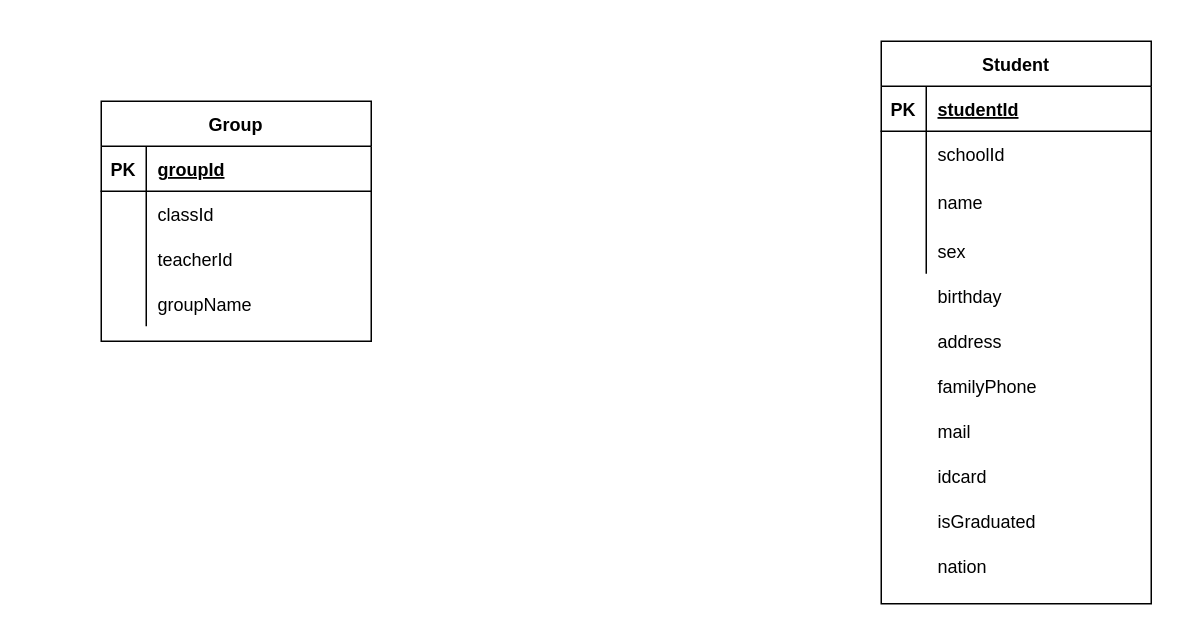
The draw.io diagram E-R图qcpj.drawio in aeowuguozhi/Diagrams, before the edit. Source tidied: cells renumbered, new cells numbered last; positions are measured from the earlier drawing's top-left corner, leaving out a move shared by most shapes. Both pictures are drawn from the tidied source at 150%, with x=0, y=0 at pixel (100, 40).
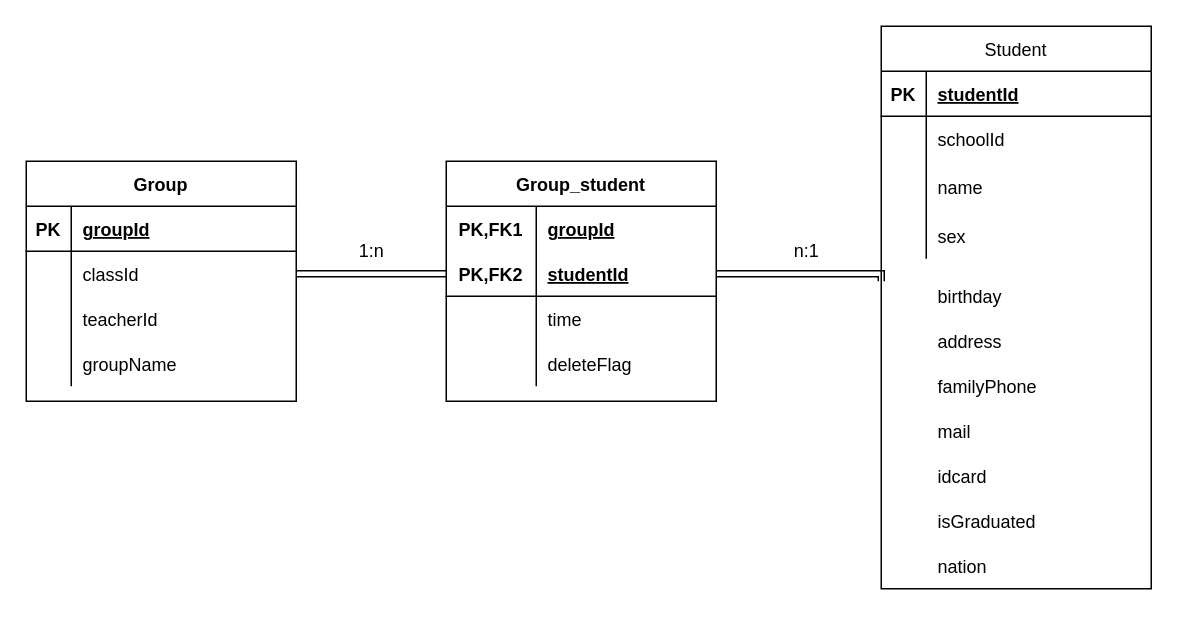
The same page after the edit.

Commit message:
学生-小组表

Unchanged cells that the change refers to:
```xml
<mxCell id="6" style="shape=partialRectangle;fillColor=none;top=0;left=0;bottom=0;right=0;points=[[0,0.5],[1,0.5]];portConstraint=eastwest;" parent="2" vertex="1">
  <mxGeometry y="60" width="180" height="30" as="geometry" />
</mxCell>
```

Diff of the diagram source:
```diff
@@
     <mxCell id="2" value="Group" style="shape=table;startSize=30;childLayout=tableLayout;rowLines=0;fontStyle=1;align=center;" parent="1" vertex="1">
-      <mxGeometry y="40" width="180" height="160" as="geometry" />
+      <mxGeometry x="-50" y="80" width="180" height="160" as="geometry" />
     </mxCell>
@@
-    <mxCell id="15" value="Student" style="shape=table;startSize=30;childLayout=tableLayout;rowLines=0;fontStyle=1;align=center;" parent="1" vertex="1">
-      <mxGeometry x="520" width="180" height="375" as="geometry" />
+    <mxCell id="15" value="Student" style="shape=table;startSize=30;childLayout=tableLayout;rowLines=0;fontStyle=0;align=center;" parent="1" vertex="1">
+      <mxGeometry x="520" y="-10" width="180" height="375" as="geometry" />
     </mxCell>
@@
-    <mxCell id="25" style="shape=partialRectangle;fillColor=none;top=0;left=0;bottom=0;right=0;" parent="15" vertex="1">
+    <mxCell id="25" style="shape=partialRectangle;fillColor=none;top=0;left=0;bottom=0;right=0;fontStyle=0;" parent="15" vertex="1">
       <mxGeometry y="125" width="180" height="30" as="geometry" />
     </mxCell>
@@
-    <mxCell id="28" value="birthday" style="shape=partialRectangle;fillColor=none;top=0;left=0;bottom=0;right=0;align=left;spacingLeft=6;overflow=hidden;" parent="1" vertex="1">
+    <mxCell id="28" value="birthday" style="shape=partialRectangle;fillColor=none;top=0;left=0;bottom=0;right=0;align=left;spacingLeft=6;overflow=hidden;fontStyle=0;" parent="1" vertex="1">
       <mxGeometry x="550" y="155" width="150" height="30" as="geometry" />
     </mxCell>
-    <mxCell id="29" value="address" style="shape=partialRectangle;fillColor=none;top=0;left=0;bottom=0;right=0;align=left;spacingLeft=6;overflow=hidden;" parent="1" vertex="1">
+    <mxCell id="29" value="address" style="shape=partialRectangle;fillColor=none;top=0;left=0;bottom=0;right=0;align=left;spacingLeft=6;overflow=hidden;fontStyle=0;" parent="1" vertex="1">
       <mxGeometry x="550" y="185" width="150" height="30" as="geometry" />
     </mxCell>
-    <mxCell id="30" value="familyPhone" style="shape=partialRectangle;fillColor=none;top=0;left=0;bottom=0;right=0;align=left;spacingLeft=6;overflow=hidden;" parent="1" vertex="1">
+    <mxCell id="30" value="familyPhone" style="shape=partialRectangle;fillColor=none;top=0;left=0;bottom=0;right=0;align=left;spacingLeft=6;overflow=hidden;fontStyle=0;" parent="1" vertex="1">
       <mxGeometry x="550" y="215" width="150" height="30" as="geometry" />
     </mxCell>
-    <mxCell id="31" value="mail" style="shape=partialRectangle;fillColor=none;top=0;left=0;bottom=0;right=0;align=left;spacingLeft=6;overflow=hidden;" parent="1" vertex="1">
+    <mxCell id="31" value="mail" style="shape=partialRectangle;fillColor=none;top=0;left=0;bottom=0;right=0;align=left;spacingLeft=6;overflow=hidden;fontStyle=0;" parent="1" vertex="1">
       <mxGeometry x="550" y="245" width="150" height="30" as="geometry" />
     </mxCell>
-    <mxCell id="32" value="idcard" style="shape=partialRectangle;fillColor=none;top=0;left=0;bottom=0;right=0;align=left;spacingLeft=6;overflow=hidden;" parent="1" vertex="1">
+    <mxCell id="32" value="idcard" style="shape=partialRectangle;fillColor=none;top=0;left=0;bottom=0;right=0;align=left;spacingLeft=6;overflow=hidden;fontStyle=0;" parent="1" vertex="1">
       <mxGeometry x="550" y="275" width="150" height="30" as="geometry" />
     </mxCell>
-    <mxCell id="33" value="isGraduated" style="shape=partialRectangle;fillColor=none;top=0;left=0;bottom=0;right=0;align=left;spacingLeft=6;overflow=hidden;" parent="1" vertex="1">
+    <mxCell id="33" value="isGraduated" style="shape=partialRectangle;fillColor=none;top=0;left=0;bottom=0;right=0;align=left;spacingLeft=6;overflow=hidden;fontStyle=0;" parent="1" vertex="1">
       <mxGeometry x="550" y="305" width="150" height="30" as="geometry" />
     </mxCell>
-    <mxCell id="34" value="nation" style="shape=partialRectangle;fillColor=none;top=0;left=0;bottom=0;right=0;align=left;spacingLeft=6;overflow=hidden;" parent="1" vertex="1">
+    <mxCell id="34" value="nation" style="shape=partialRectangle;fillColor=none;top=0;left=0;bottom=0;right=0;align=left;spacingLeft=6;overflow=hidden;fontStyle=0;" parent="1" vertex="1">
       <mxGeometry x="550" y="335" width="150" height="30" as="geometry" />
     </mxCell>
+    <mxCell id="35" value="Group_student" style="shape=table;startSize=30;childLayout=tableLayout;rowLines=0;fontStyle=1;align=center;" parent="1" vertex="1">
+      <mxGeometry x="230" y="80" width="180" height="160" as="geometry" />
+    </mxCell>
+    <mxCell id="36" style="shape=partialRectangle;fillColor=none;top=0;left=0;bottom=0;right=0;" parent="35" vertex="1">
+      <mxGeometry y="30" width="180" height="30" as="geometry" />
+    </mxCell>
+    <mxCell id="37" value="PK,FK1" style="shape=partialRectangle;fillColor=none;top=0;left=0;bottom=0;right=0;fontStyle=1;overflow=hidden;" parent="36" vertex="1">
+      <mxGeometry width="60" height="30" as="geometry" />
+    </mxCell>
+    <mxCell id="38" value="groupId" style="shape=partialRectangle;fillColor=none;top=0;left=0;bottom=0;right=0;align=left;spacingLeft=6;fontStyle=5;overflow=hidden;" parent="36" vertex="1">
+      <mxGeometry x="60" width="120" height="30" as="geometry" />
+    </mxCell>
+    <mxCell id="39" style="shape=partialRectangle;fillColor=none;top=0;left=0;bottom=1;right=0;points=[[0,0.5],[1,0.5]];portConstraint=eastwest;" parent="35" vertex="1">
+      <mxGeometry y="60" width="180" height="30" as="geometry" />
+    </mxCell>
+    <mxCell id="40" value="PK,FK2" style="shape=partialRectangle;fillColor=none;top=0;left=0;bottom=0;right=0;fontStyle=1;overflow=hidden;" parent="39" vertex="1">
+      <mxGeometry width="60" height="30" as="geometry" />
+    </mxCell>
+    <mxCell id="41" value="studentId" style="shape=partialRectangle;fillColor=none;top=0;left=0;bottom=0;right=0;align=left;spacingLeft=6;fontStyle=5;overflow=hidden;" parent="39" vertex="1">
+      <mxGeometry x="60" width="120" height="30" as="geometry" />
+    </mxCell>
+    <mxCell id="42" style="shape=partialRectangle;fillColor=none;top=0;left=0;bottom=0;right=0;" parent="35" vertex="1">
+      <mxGeometry y="90" width="180" height="30" as="geometry" />
+    </mxCell>
+    <mxCell id="43" style="shape=partialRectangle;fillColor=none;top=0;left=0;bottom=0;right=0;overflow=hidden;" parent="42" vertex="1">
+      <mxGeometry width="60" height="30" as="geometry" />
+    </mxCell>
+    <mxCell id="44" value="time" style="shape=partialRectangle;fillColor=none;top=0;left=0;bottom=0;right=0;align=left;spacingLeft=6;overflow=hidden;" parent="42" vertex="1">
+      <mxGeometry x="60" width="120" height="30" as="geometry" />
+    </mxCell>
+    <mxCell id="45" style="shape=partialRectangle;fillColor=none;top=0;left=0;bottom=0;right=0;" parent="35" vertex="1">
+      <mxGeometry y="120" width="180" height="30" as="geometry" />
+    </mxCell>
+    <mxCell id="46" style="shape=partialRectangle;fillColor=none;top=0;left=0;bottom=0;right=0;overflow=hidden;" parent="45" vertex="1">
+      <mxGeometry width="60" height="30" as="geometry" />
+    </mxCell>
+    <mxCell id="47" value="deleteFlag" style="shape=partialRectangle;fillColor=none;top=0;left=0;bottom=0;right=0;align=left;spacingLeft=6;overflow=hidden;" parent="45" vertex="1">
+      <mxGeometry x="60" width="120" height="30" as="geometry" />
+    </mxCell>
+    <mxCell id="48" style="rounded=0;jettySize=auto;html=1;exitX=1;exitY=0.5;exitDx=0;exitDy=0;shape=link;" parent="1" edge="1" source="6" target="39">
+      <mxGeometry relative="1" as="geometry" />
+    </mxCell>
+    <mxCell id="49" style="edgeStyle=orthogonalEdgeStyle;rounded=0;jettySize=auto;html=1;exitX=1;exitY=0.5;exitDx=0;exitDy=0;shape=link;" parent="1" edge="1" source="39">
+      <mxGeometry relative="1" as="geometry">
+        <mxPoint x="520" y="160" as="targetPoint" />
+        <Array as="points">
+          <mxPoint x="520" y="155" />
+        </Array>
+      </mxGeometry>
+    </mxCell>
+    <mxCell id="50" value="1:n" style="text;html=1;align=center;verticalAlign=middle;strokeColor=none;" parent="1" vertex="1">
+      <mxGeometry x="165" y="130" width="30" height="20" as="geometry" />
+    </mxCell>
+    <mxCell id="51" value="n:1" style="text;html=1;align=center;verticalAlign=middle;strokeColor=none;" parent="1" vertex="1">
+      <mxGeometry x="455" y="130" width="30" height="20" as="geometry" />
+    </mxCell>
```
